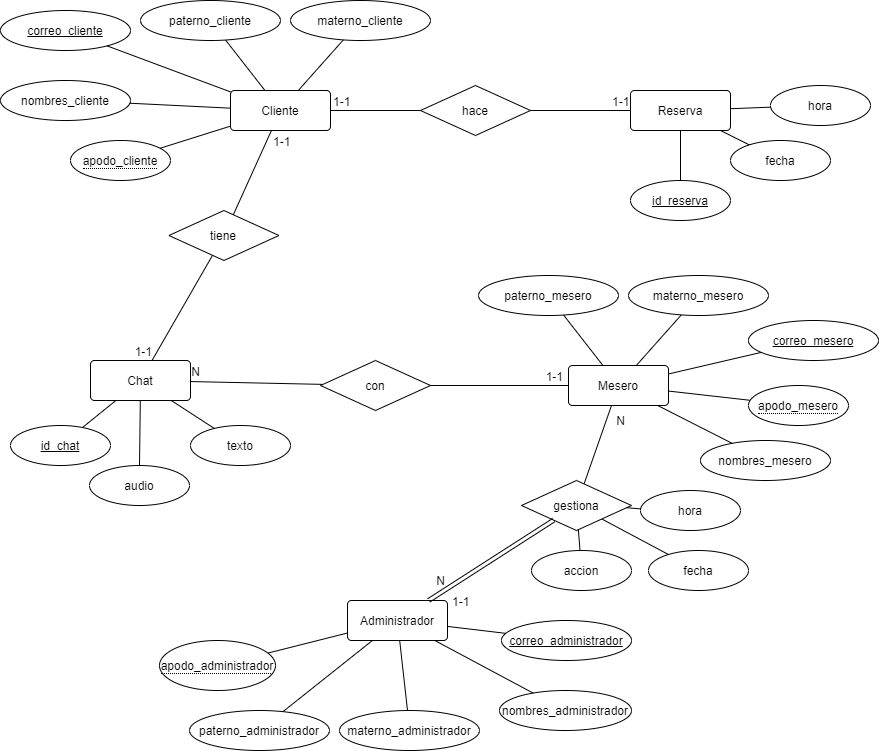
Before: modelos_BD/Modelo_Entidad-Relacion.png, a diagram exported from draw.io (arroyopablo/SaborSazzon). Source tidied: cells renumbered, new cells last; positions are measured from the earlier drawing's top-left corner, leaving out a move shared by most shapes.
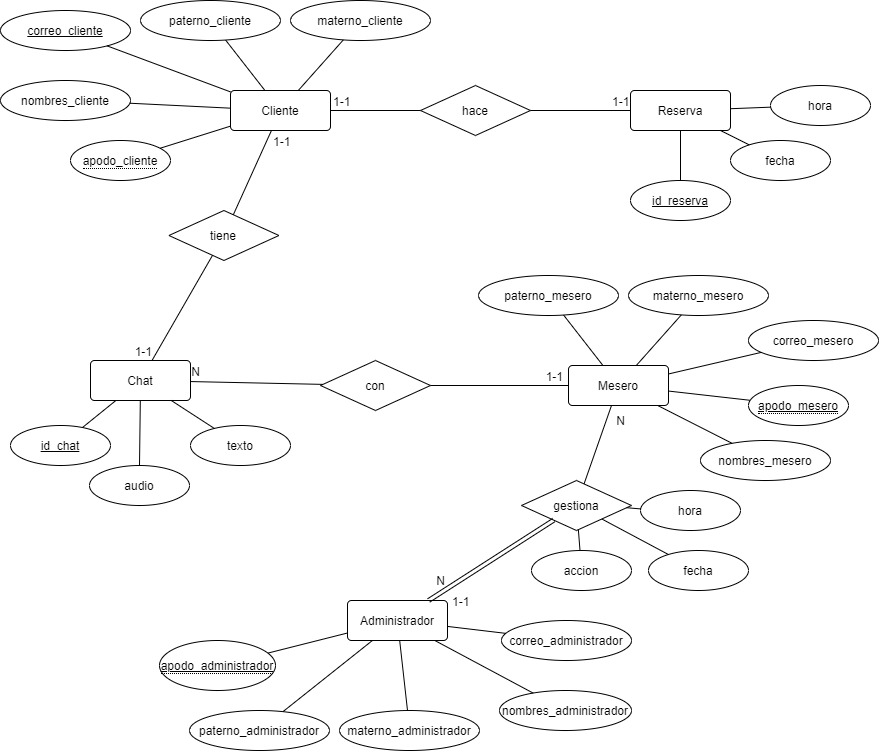
Later version of the same file.

Change to the diagram source:
```diff
@@ -116,7 +116,7 @@
     <mxCell id="37" value="con" style="shape=rhombus;perimeter=rhombusPerimeter;whiteSpace=wrap;html=1;align=center;" parent="1" vertex="1">
       <mxGeometry x="320" y="360" width="110" height="50" as="geometry" />
     </mxCell>
-    <mxCell id="38" value="&lt;u&gt;correo_mesero&lt;/u&gt;" style="ellipse;whiteSpace=wrap;html=1;" parent="1" vertex="1">
+    <mxCell id="38" value="&lt;span&gt;correo_mesero&lt;/span&gt;" style="ellipse;whiteSpace=wrap;html=1;fontStyle=0;" parent="1" vertex="1">
       <mxGeometry x="748" y="320" width="130" height="40" as="geometry" />
     </mxCell>
     <mxCell id="39" value="nombres_mesero" style="ellipse;whiteSpace=wrap;html=1;" parent="1" vertex="1">
@@ -146,7 +146,7 @@
     <mxCell id="47" value="Mesero" style="rounded=1;arcSize=10;whiteSpace=wrap;html=1;align=center;" parent="1" vertex="1">
       <mxGeometry x="568" y="365" width="100" height="40" as="geometry" />
     </mxCell>
-    <mxCell id="48" value="&lt;span style=&quot;border-bottom: 1px dotted&quot;&gt;apodo_mesero&lt;/span&gt;" style="ellipse;whiteSpace=wrap;html=1;align=center;" parent="1" vertex="1">
+    <mxCell id="48" value="&lt;span style=&quot;border-bottom: 1px dotted&quot;&gt;apodo_mesero&lt;/span&gt;" style="ellipse;whiteSpace=wrap;html=1;align=center;fontStyle=4;" parent="1" vertex="1">
       <mxGeometry x="748" y="385" width="100" height="40" as="geometry" />
     </mxCell>
     <mxCell id="49" style="endArrow=none;html=1;rounded=0;" parent="1" edge="1" source="47" target="37">
@@ -161,7 +161,7 @@
     <mxCell id="52" value="1-1" style="html=1;align=right;verticalAlign=bottom;" parent="1" vertex="1">
       <mxGeometry x="563" y="385" as="geometry" />
     </mxCell>
-    <mxCell id="53" value="&lt;u&gt;correo_administrador&lt;/u&gt;" style="ellipse;whiteSpace=wrap;html=1;" parent="1" vertex="1">
+    <mxCell id="53" value="correo_administrador" style="ellipse;whiteSpace=wrap;html=1;" parent="1" vertex="1">
       <mxGeometry x="501" y="620" width="130" height="40" as="geometry" />
     </mxCell>
     <mxCell id="54" value="nombres_administrador" style="ellipse;whiteSpace=wrap;html=1;" parent="1" vertex="1">
@@ -191,7 +191,7 @@
     <mxCell id="62" value="Administrador" style="rounded=1;arcSize=10;whiteSpace=wrap;html=1;align=center;" parent="1" vertex="1">
       <mxGeometry x="347" y="600" width="100" height="40" as="geometry" />
     </mxCell>
-    <mxCell id="63" value="&lt;span style=&quot;border-bottom: 1px dotted&quot;&gt;apodo_administrador&lt;/span&gt;" style="ellipse;whiteSpace=wrap;html=1;align=center;" parent="1" vertex="1">
+    <mxCell id="63" value="&lt;span style=&quot;border-bottom: 1px dotted&quot;&gt;&lt;u&gt;apodo_administrador&lt;/u&gt;&lt;/span&gt;" style="ellipse;whiteSpace=wrap;html=1;align=center;" parent="1" vertex="1">
       <mxGeometry x="159" y="640" width="116" height="50" as="geometry" />
     </mxCell>
     <mxCell id="64" value="gestiona" style="shape=rhombus;perimeter=rhombusPerimeter;whiteSpace=wrap;html=1;align=center;" parent="1" vertex="1">
```
